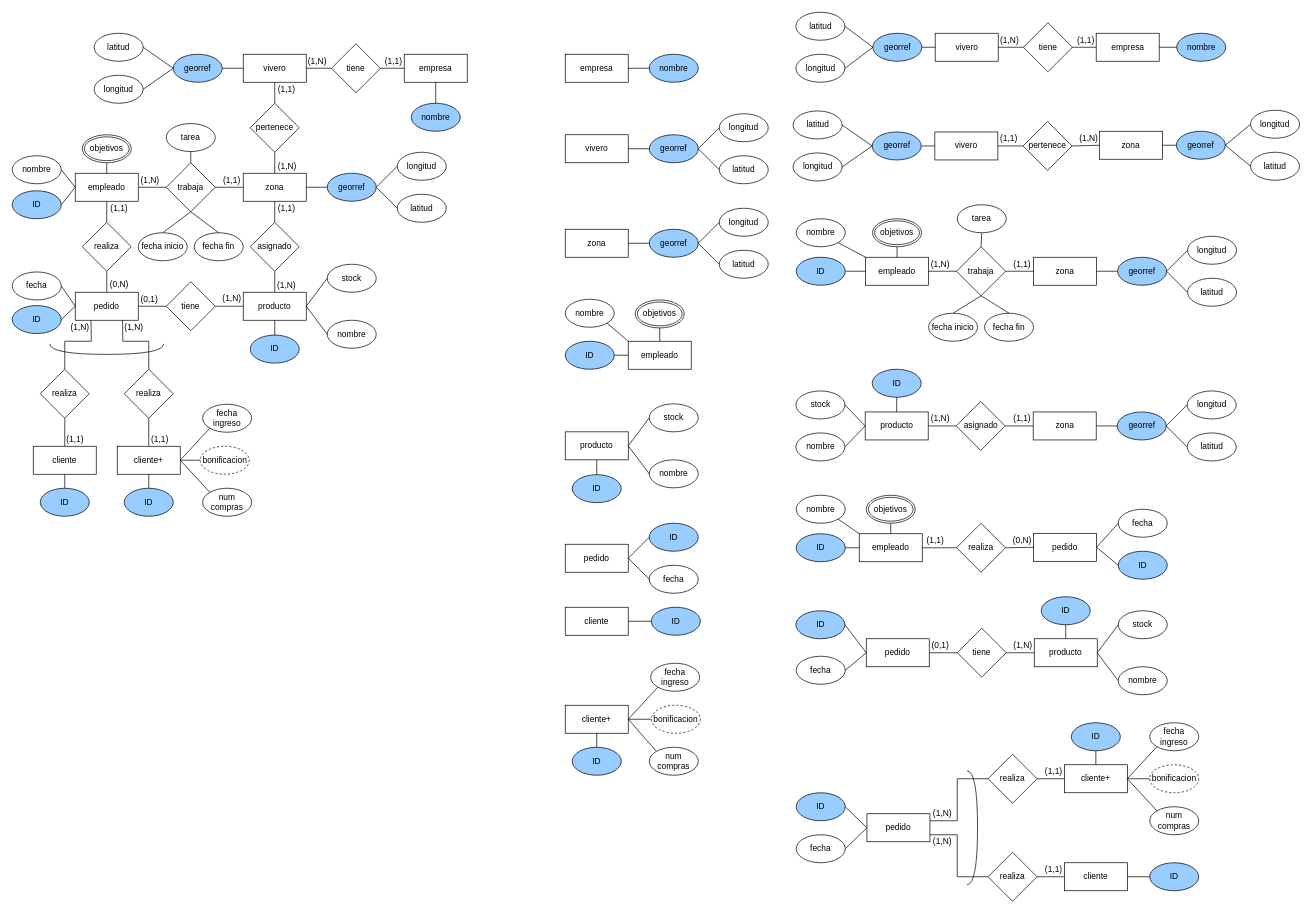
Earlier version of the draw.io diagram viveros/ModeloE_R Viveros.drawio (Robertpm01/ADBD). Source tidied: cells renumbered, new cells numbered last; positions are measured from the earlier drawing's top-left corner, leaving out a move shared by most shapes. Both pictures are drawn from the tidied source at 70%, with x=0, y=0 at pixel (12, 12).
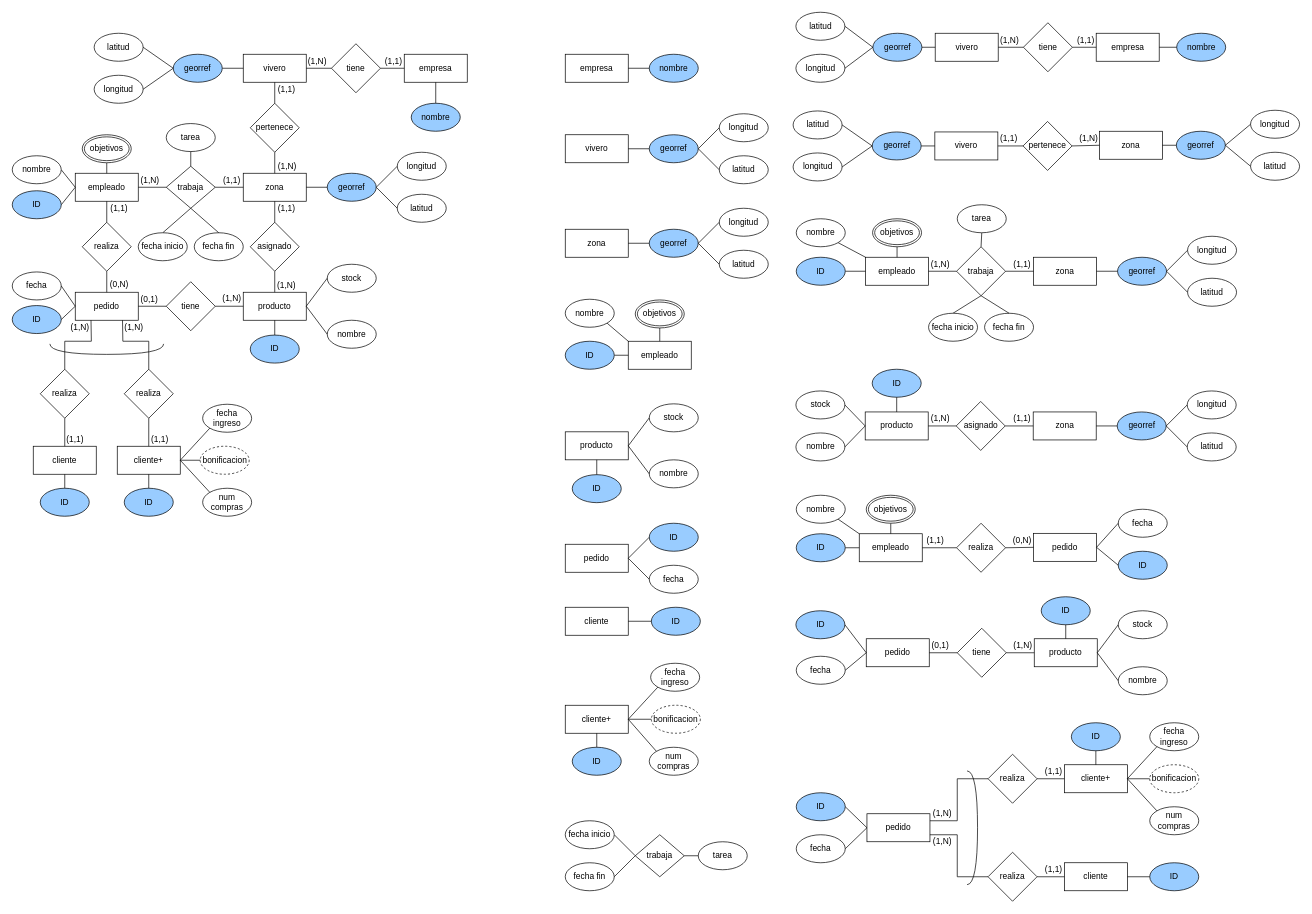
The same diagram, later.

Change to the diagram source:
```diff
@@
     <mxCell id="15" value="trabaja" style="rhombus;whiteSpace=wrap;html=1;" parent="1" vertex="1">
-      <mxGeometry x="220" y="215" width="70" height="70" as="geometry" />
+      <mxGeometry x="220" y="220" width="70" height="60" as="geometry" />
     </mxCell>
@@
+    <mxCell id="285" value="trabaja" style="rhombus;whiteSpace=wrap;html=1;" parent="1" vertex="1">
+      <mxGeometry x="890" y="1175" width="70" height="60" as="geometry" />
+    </mxCell>
+    <mxCell id="286" style="endArrow=none;html=1;rounded=0;entryX=0;entryY=0.5;entryDx=0;entryDy=0;exitX=1;exitY=0.5;exitDx=0;exitDy=0;" parent="1" edge="1" source="289" target="285">
+      <mxGeometry relative="1" as="geometry" />
+    </mxCell>
+    <mxCell id="287" value="tarea" style="ellipse;whiteSpace=wrap;html=1;" parent="1" vertex="1">
+      <mxGeometry x="980" y="1185" width="70" height="40" as="geometry" />
+    </mxCell>
+    <mxCell id="288" style="endArrow=none;html=1;rounded=0;entryX=1;entryY=0.5;entryDx=0;entryDy=0;exitX=0;exitY=0.5;exitDx=0;exitDy=0;" parent="1" edge="1" source="287" target="285">
+      <mxGeometry relative="1" as="geometry" />
+    </mxCell>
+    <mxCell id="289" value="fecha inicio" style="ellipse;whiteSpace=wrap;html=1;" parent="1" vertex="1">
+      <mxGeometry x="790" y="1155" width="70" height="40" as="geometry" />
+    </mxCell>
+    <mxCell id="290" value="fecha fin" style="ellipse;whiteSpace=wrap;html=1;" parent="1" vertex="1">
+      <mxGeometry x="790" y="1215" width="70" height="40" as="geometry" />
+    </mxCell>
+    <mxCell id="291" style="endArrow=none;html=1;rounded=0;entryX=0;entryY=0.5;entryDx=0;entryDy=0;exitX=1;exitY=0.5;exitDx=0;exitDy=0;" parent="1" edge="1" source="290" target="285">
+      <mxGeometry relative="1" as="geometry" />
+    </mxCell>
```
